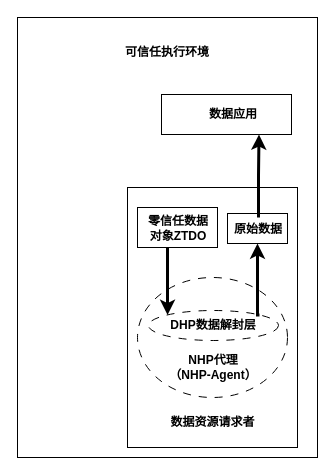
The draw.io diagram dhp/未命名绘图.drawio in wenhulove333/opendhp, before the edit. Source tidied: cells renumbered, new cells numbered last; positions are measured from the earlier drawing's top-left corner, leaving out a move shared by most shapes. Both pictures are drawn from the tidied source at 100%, with x=0, y=0 at pixel (17, 17).
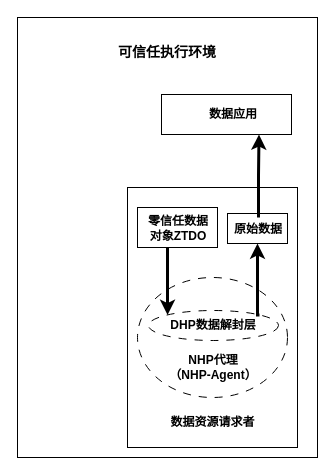
The same diagram, later.

Commit message (it also covers changes not shown here):
更新未命名绘图.drawio

Change to the diagram source:
```diff
@@
-    <mxCell id="6" value="&lt;b&gt;可信任执行环境&lt;/b&gt;" style="text;html=1;align=center;verticalAlign=middle;whiteSpace=wrap;rounded=0;" parent="1" vertex="1">
+    <mxCell id="6" value="&lt;b&gt;可信任执行环境&lt;/b&gt;" style="text;html=1;align=center;verticalAlign=middle;whiteSpace=wrap;rounded=0;fontSize=14;" parent="1" vertex="1">
       <mxGeometry x="95" y="20" width="110" height="30" as="geometry" />
     </mxCell>
```
